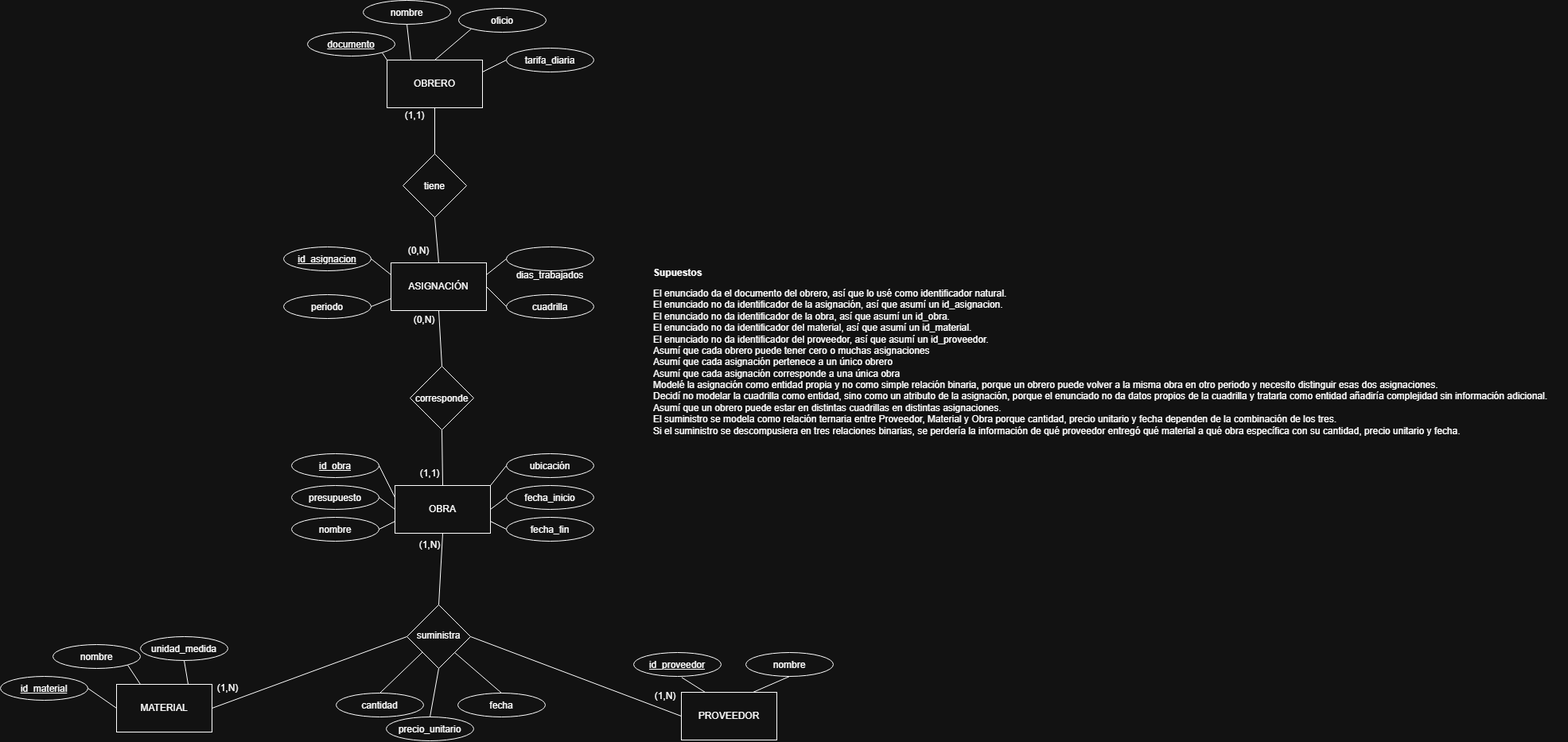
Before: 9_Constructora.png, a diagram exported from draw.io (HSamuelB/Ejercicios-MER). Source tidied: cells renumbered, new cells last; positions are measured from the earlier drawing's top-left corner, leaving out a move shared by most shapes.
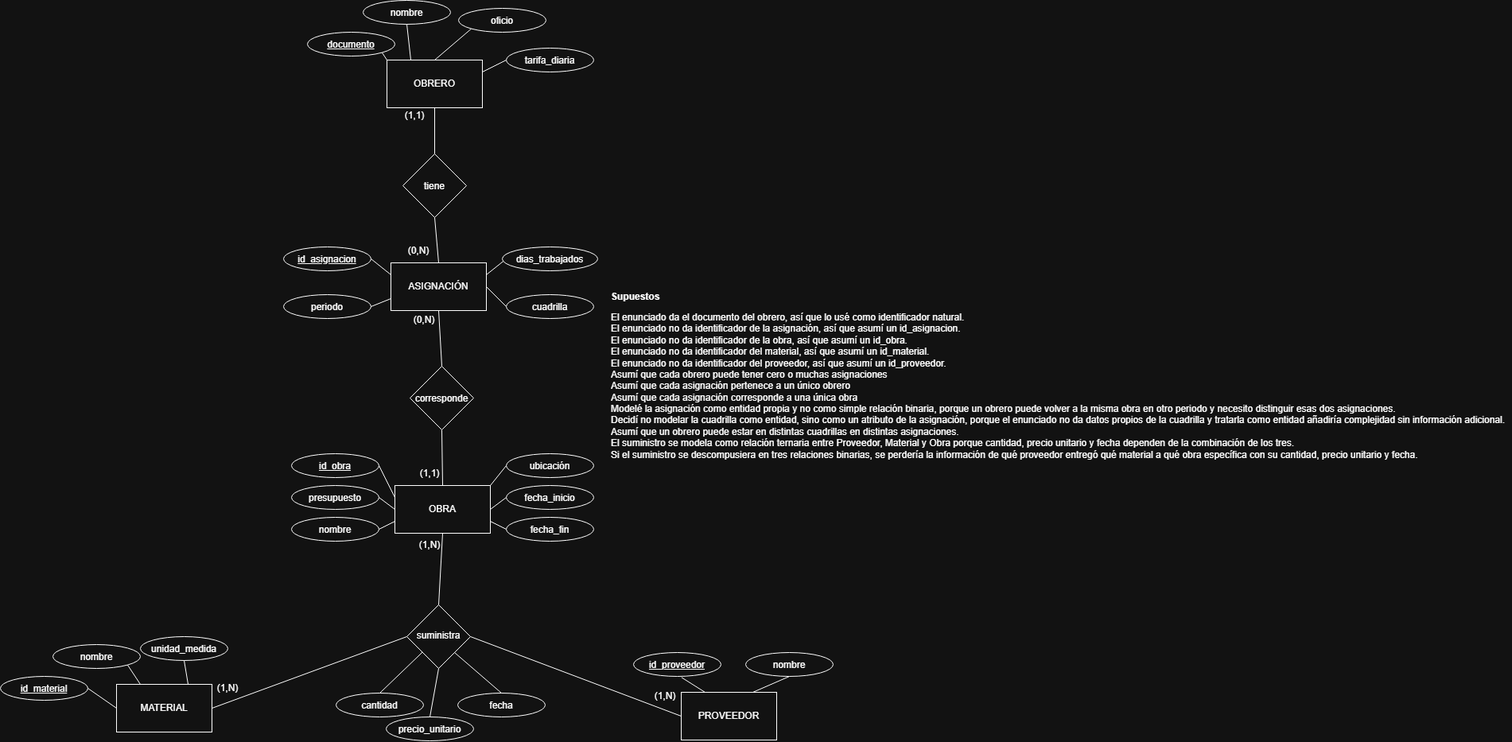
Above is the later version.

Commit message:
Corrección Constructora

The edit, as a diff of the source:
```diff
@@ -68,9 +68,6 @@
     <mxCell id="23" value="periodo" style="ellipse;whiteSpace=wrap;html=1;shapeInside=1;" parent="1" vertex="1">
       <mxGeometry x="356" y="370" width="110" height="30" as="geometry" />
     </mxCell>
-    <mxCell id="24" value="dias_trabajados" style="ellipse;whiteSpace=wrap;html=1;shapeInside=1;" parent="1" vertex="1">
-      <mxGeometry x="636" y="310" width="110" height="30" as="geometry" />
-    </mxCell>
     <mxCell id="25" value="cuadrilla" style="ellipse;whiteSpace=wrap;html=1;shapeInside=1;" parent="1" vertex="1">
       <mxGeometry x="636" y="370" width="110" height="30" as="geometry" />
     </mxCell>
@@ -167,8 +164,10 @@
     <mxCell id="56" style="endArrow=none;html=1;exitX=1;exitY=0.25;exitDx=0;exitDy=0;entryX=0;entryY=0.5;entryDx=0;entryDy=0;" parent="1" edge="1" source="14" target="16">
       <mxGeometry relative="1" as="geometry" />
     </mxCell>
-    <mxCell id="57" style="endArrow=none;html=1;exitX=1;exitY=0.25;exitDx=0;exitDy=0;entryX=0;entryY=0.5;entryDx=0;entryDy=0;" parent="1" edge="1" source="18" target="24">
-      <mxGeometry relative="1" as="geometry" />
+    <mxCell id="57" style="endArrow=none;html=1;exitX=1;exitY=0.25;exitDx=0;exitDy=0;entryX=0;entryY=0.5;entryDx=0;entryDy=0;" parent="1" edge="1" source="18">
+      <mxGeometry relative="1" as="geometry">
+        <mxPoint x="636" y="325" as="targetPoint" />
+      </mxGeometry>
     </mxCell>
     <mxCell id="58" style="endArrow=none;html=1;exitX=1;exitY=0.5;exitDx=0;exitDy=0;entryX=0;entryY=0.5;entryDx=0;entryDy=0;" parent="1" edge="1" source="18" target="25">
       <mxGeometry relative="1" as="geometry" />
@@ -201,7 +200,10 @@
       <mxGeometry x="510" y="580" width="60" height="30" as="geometry" />
     </mxCell>
     <mxCell id="68" value="&lt;pre style=&quot;text-align: left;&quot;&gt;&lt;font face=&quot;Helvetica&quot;&gt;&lt;b&gt;Supuestos&lt;/b&gt;&lt;/font&gt;&lt;pre&gt;&lt;pre&gt;&lt;pre&gt;&lt;pre&gt;&lt;pre&gt;&lt;font face=&quot;Helvetica&quot;&gt;El enunciado da el documento del obrero, así que lo usé como identificador natural.&lt;/font&gt;&lt;font face=&quot;Helvetica&quot;&gt;&lt;br&gt;&lt;/font&gt;&lt;font face=&quot;Helvetica&quot;&gt;El enunciado no da identificador de la asignación, así que asumí un id_asignacion.&lt;/font&gt;&lt;font face=&quot;Helvetica&quot;&gt;&lt;br&gt;&lt;/font&gt;&lt;font face=&quot;Helvetica&quot;&gt;El enunciado no da identificador de la obra, así que asumí un id_obra.&lt;/font&gt;&lt;font face=&quot;Helvetica&quot;&gt;&lt;br&gt;&lt;/font&gt;&lt;font face=&quot;Helvetica&quot;&gt;El enunciado no da identificador del material, así que asumí un id_material.&lt;/font&gt;&lt;font face=&quot;Helvetica&quot;&gt;&lt;br&gt;&lt;/font&gt;&lt;font face=&quot;Helvetica&quot;&gt;El enunciado no da identificador del proveedor, así que asumí un id_proveedor.&lt;/font&gt;&lt;font face=&quot;Helvetica&quot;&gt;&lt;br&gt;&lt;/font&gt;&lt;font face=&quot;Helvetica&quot;&gt;Asumí que cada obrero puede tener cero o muchas asignaciones&lt;/font&gt;&lt;font face=&quot;Helvetica&quot;&gt;&lt;br&gt;&lt;/font&gt;&lt;font face=&quot;Helvetica&quot;&gt;Asumí que cada asignación pertenece a un único obrero&lt;/font&gt;&lt;font face=&quot;Helvetica&quot;&gt;&lt;br&gt;&lt;/font&gt;&lt;font face=&quot;Helvetica&quot;&gt;Asumí que cada asignación corresponde a una única obra&lt;/font&gt;&lt;font face=&quot;Helvetica&quot;&gt;&lt;br&gt;&lt;/font&gt;&lt;font face=&quot;Helvetica&quot;&gt;Modelé la asignación como entidad propia y no como simple relación binaria, porque un obrero puede volver a la misma obra en otro periodo y necesito distinguir esas dos asignaciones.&lt;/font&gt;&lt;font face=&quot;Helvetica&quot;&gt;&lt;br&gt;&lt;/font&gt;&lt;font face=&quot;Helvetica&quot;&gt;Decidí no modelar la cuadrilla como entidad, sino como un atributo de la asignación, porque el enunciado no da datos propios de la cuadrilla y tratarla como entidad añadiría complejidad sin información adicional.&lt;/font&gt;&lt;font face=&quot;Helvetica&quot;&gt;&lt;br&gt;&lt;/font&gt;&lt;font face=&quot;Helvetica&quot;&gt;Asumí que un obrero puede estar en distintas cuadrillas en distintas asignaciones.&lt;/font&gt;&lt;font face=&quot;Helvetica&quot;&gt;&lt;br&gt;&lt;/font&gt;&lt;font face=&quot;Helvetica&quot;&gt;El suministro se modela como relación ternaria entre Proveedor, Material y Obra porque cantidad, precio unitario y fecha dependen de la combinación de los tres.&lt;/font&gt;&lt;font face=&quot;Helvetica&quot;&gt;&lt;br&gt;&lt;/font&gt;&lt;font face=&quot;Helvetica&quot;&gt;Si el suministro se descompusiera en tres relaciones binarias, se perdería la información de qué proveedor entregó qué material a qué obra específica con su cantidad, precio unitario y fecha.&lt;/font&gt;&lt;br&gt;&lt;/pre&gt;&lt;font face=&quot;Helvetica&quot;&gt;&lt;br&gt;&lt;/font&gt;&lt;/pre&gt;&lt;/pre&gt;&lt;/pre&gt;&lt;p&gt;&lt;/p&gt;&lt;p&gt;&lt;/p&gt;&lt;/pre&gt;&lt;/pre&gt;" style="text;html=1;whiteSpace=wrap;strokeColor=none;fillColor=none;align=center;verticalAlign=middle;rounded=0;" parent="1" vertex="1">
-      <mxGeometry x="796" y="250" width="1174" height="410" as="geometry" />
+      <mxGeometry x="760" y="360" width="1140" height="250" as="geometry" />
     </mxCell>
+    <mxCell id="24" value="dias_trabajados" style="ellipse;whiteSpace=wrap;html=1;shapeInside=1;" parent="1" vertex="1">
+      <mxGeometry x="631" y="310" width="120" height="30" as="geometry" />
+    </mxCell>
   </root>
 </mxGraphModel>
```
